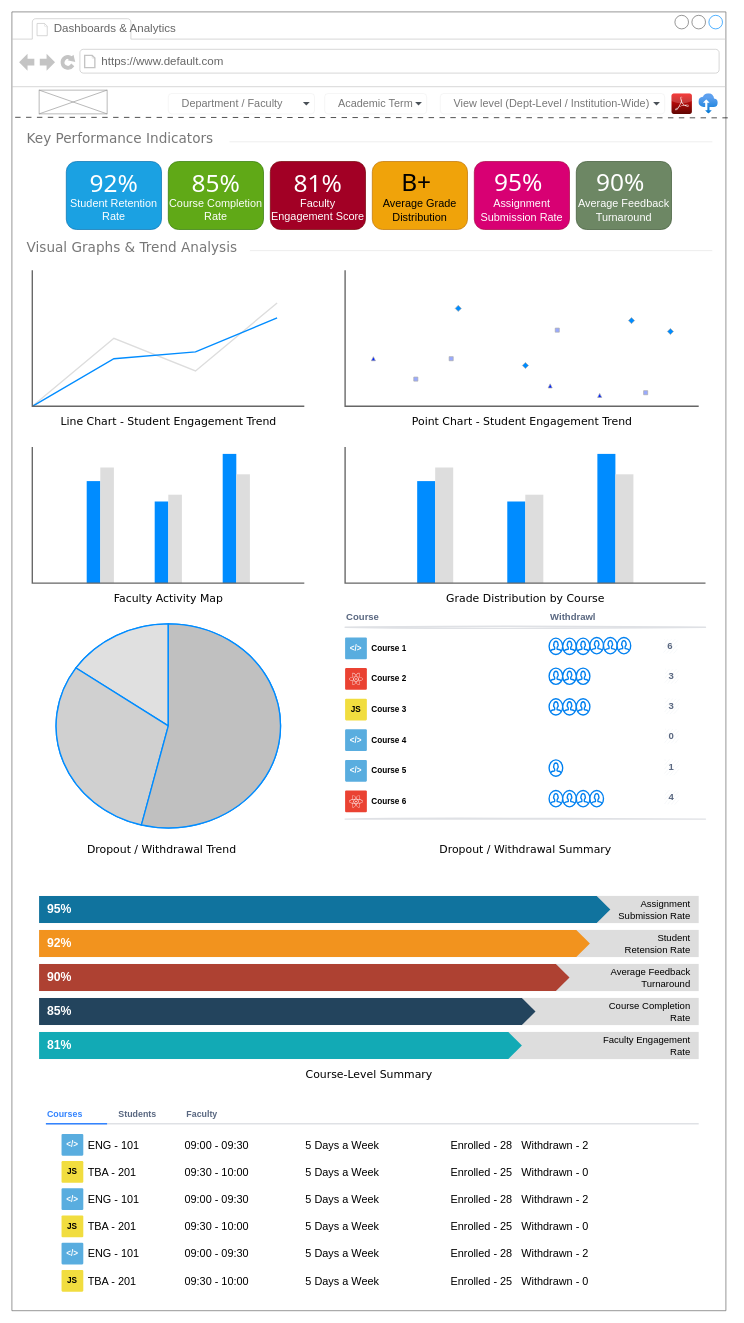
Earlier version of the draw.io diagram page "Compliance & Reporting Dashboard" (11 of 11) of 02 - LMS-SysCollege/04 - UI_Designs/WireFrame.drawio (ZohaibWaqarMalik/Technical-Business-Analyst-Projects). Source tidied: cells renumbered, new cells numbered last; positions are measured from the earlier drawing's top-left corner, leaving out a move shared by most shapes. Both pictures are drawn from the tidied source at 68%, with x=0, y=0 at pixel (12, 12).
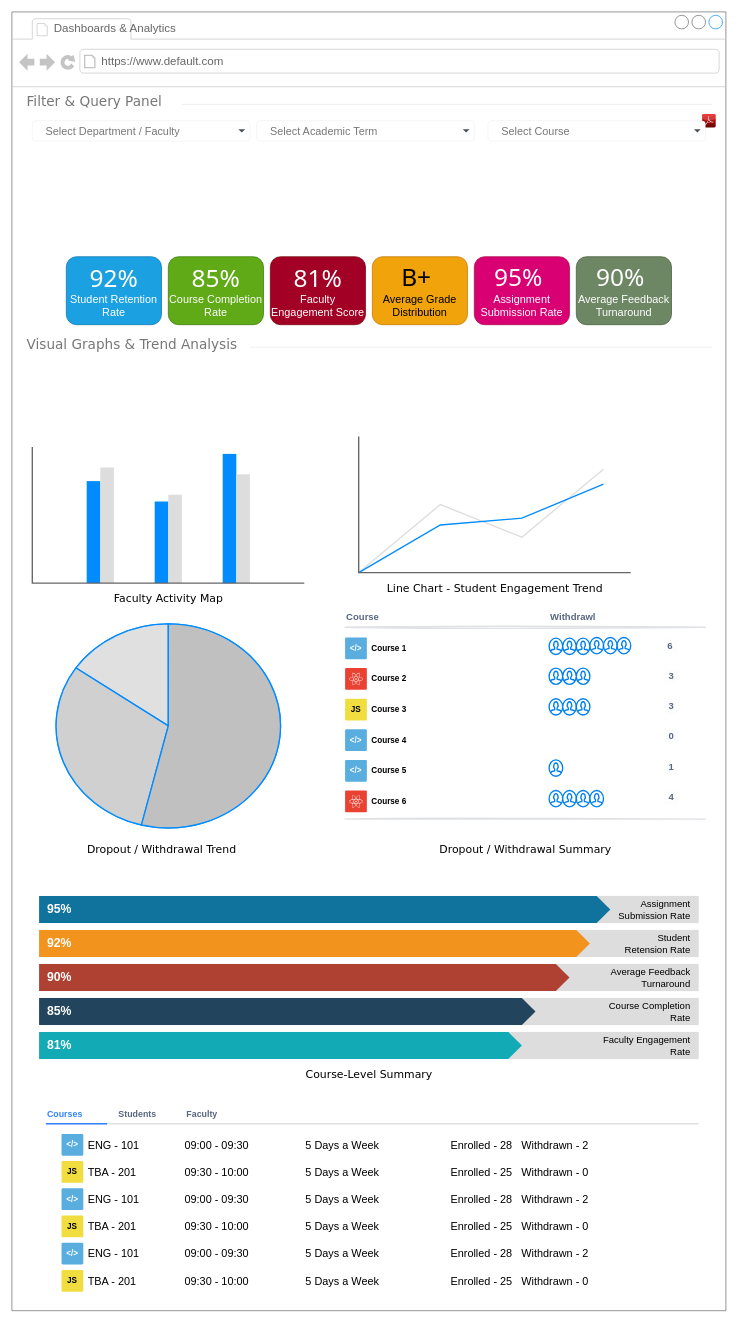
The same diagram, later.

Commit message (it also covers changes not shown here):
Update Wireframe Compliance & Reporting Dashboard

The change refers to these unchanged cells:
```xml
<mxCell id="2" style="strokeWidth=1;shadow=0;dashed=0;align=center;html=1;shape=mxgraph.mockup.containers.browserWindow;rSize=0;strokeColor=#666666;mainText=,;rounded=0;labelBackgroundColor=none;fontFamily=Verdana;fontSize=12;" parent="1" vertex="1">
  <mxGeometry width="1050" height="1910" as="geometry" />
</mxCell>
```

The edit, as a diff of the source:
```diff
@@
     <mxCell id="5" value="&lt;font face=&quot;Tahoma&quot;&gt;&lt;span style=&quot;font-size: 36px;&quot;&gt;92%&lt;/span&gt;&lt;/font&gt;&lt;br&gt;&lt;div&gt;&lt;font style=&quot;font-size: 16px;&quot;&gt;Student Retention Rate&lt;/font&gt;&lt;/div&gt;" style="rounded=1;whiteSpace=wrap;html=1;fillColor=#1ba1e2;strokeColor=#006EAF;fontColor=#ffffff;" parent="2" vertex="1">
-      <mxGeometry x="80" y="220" width="140" height="100" as="geometry" />
+      <mxGeometry x="80" y="360" width="140" height="100" as="geometry" />
     </mxCell>
     <mxCell id="6" value="&lt;font face=&quot;Tahoma&quot;&gt;&lt;span style=&quot;font-size: 36px;&quot;&gt;85%&lt;/span&gt;&lt;/font&gt;&lt;br&gt;&lt;div&gt;&lt;font style=&quot;font-size: 16px;&quot;&gt;Course Completion Rate&lt;/font&gt;&lt;/div&gt;" style="rounded=1;whiteSpace=wrap;html=1;fillColor=#60a917;strokeColor=#2D7600;fontColor=#ffffff;" parent="2" vertex="1">
-      <mxGeometry x="230" y="220" width="140" height="100" as="geometry" />
+      <mxGeometry x="230" y="360" width="140" height="100" as="geometry" />
     </mxCell>
     <mxCell id="7" value="&lt;font face=&quot;Tahoma&quot;&gt;&lt;span style=&quot;font-size: 36px;&quot;&gt;81%&lt;/span&gt;&lt;/font&gt;&lt;br&gt;&lt;div&gt;&lt;font style=&quot;font-size: 16px;&quot;&gt;Faculty Engagement Score&lt;/font&gt;&lt;/div&gt;" style="rounded=1;whiteSpace=wrap;html=1;fillColor=#a20025;strokeColor=#6F0000;fontColor=#ffffff;" parent="2" vertex="1">
-      <mxGeometry x="380" y="220" width="140" height="100" as="geometry" />
+      <mxGeometry x="380" y="360" width="140" height="100" as="geometry" />
     </mxCell>
     <mxCell id="8" value="&lt;font style=&quot;font-size: 36px;&quot;&gt;&lt;font face=&quot;Tahoma&quot;&gt;B+&lt;/font&gt;&amp;nbsp;&lt;/font&gt;&lt;div&gt;&lt;font style=&quot;font-size: 16px;&quot;&gt;Average Grade Distribution&lt;/font&gt;&lt;/div&gt;" style="rounded=1;whiteSpace=wrap;html=1;fillColor=#f0a30a;strokeColor=#BD7000;fontColor=#000000;" parent="2" vertex="1">
-      <mxGeometry x="530" y="220" width="140" height="100" as="geometry" />
+      <mxGeometry x="530" y="360" width="140" height="100" as="geometry" />
     </mxCell>
-    <mxCell id="9" value="&lt;font style=&quot;font-size: 16px;&quot;&gt;Department / Faculty&lt;/font&gt;" style="html=1;shadow=0;dashed=0;shape=mxgraph.bootstrap.rrect;rSize=5;strokeColor=#777777;strokeWidth=0;fillColor=#ffffff;fontColor=#777777;whiteSpace=wrap;align=left;verticalAlign=middle;fontStyle=0;fontSize=18;spacing=20;" parent="2" vertex="1">
-      <mxGeometry x="230" y="120" width="215" height="30" as="geometry" />
-    </mxCell>
-    <mxCell id="10" style="shape=triangle;direction=south;fillColor=#495057;strokeColor=none;perimeter=none;" parent="9" vertex="1">
-      <mxGeometry x="1" y="0.5" width="10" height="5" relative="1" as="geometry">
-        <mxPoint x="-17" y="-2.5" as="offset" />
-      </mxGeometry>
-    </mxCell>
-    <mxCell id="11" value="&lt;font style=&quot;font-size: 16px;&quot;&gt;Academic Term&lt;/font&gt;" style="html=1;shadow=0;dashed=0;shape=mxgraph.bootstrap.rrect;rSize=5;strokeColor=#777777;strokeWidth=0;fillColor=#ffffff;fontColor=#777777;whiteSpace=wrap;align=left;verticalAlign=middle;fontStyle=0;fontSize=18;spacing=20;" parent="2" vertex="1">
-      <mxGeometry x="460" y="120" width="150" height="30" as="geometry" />
-    </mxCell>
-    <mxCell id="12" style="shape=triangle;direction=south;fillColor=#495057;strokeColor=none;perimeter=none;" parent="11" vertex="1">
-      <mxGeometry x="1" y="0.5" width="10" height="5" relative="1" as="geometry">
-        <mxPoint x="-17" y="-2.5" as="offset" />
-      </mxGeometry>
-    </mxCell>
-    <mxCell id="13" value="&lt;font style=&quot;font-size: 16px;&quot;&gt;View level (Dept-Level / Institution-Wide)&lt;/font&gt;" style="html=1;shadow=0;dashed=0;shape=mxgraph.bootstrap.rrect;rSize=5;strokeColor=#777777;strokeWidth=0;fillColor=#ffffff;fontColor=#777777;whiteSpace=wrap;align=left;verticalAlign=middle;fontStyle=0;fontSize=18;spacing=20;" parent="2" vertex="1">
-      <mxGeometry x="630" y="120" width="330" height="30" as="geometry" />
-    </mxCell>
-    <mxCell id="14" style="shape=triangle;direction=south;fillColor=#495057;strokeColor=none;perimeter=none;" parent="13" vertex="1">
-      <mxGeometry x="1" y="0.5" width="10" height="5" relative="1" as="geometry">
-        <mxPoint x="-17" y="-2.5" as="offset" />
-      </mxGeometry>
-    </mxCell>
     <mxCell id="15" style="dashed=0;html=1;align=center;labelPosition=center;verticalLabelPosition=bottom;verticalAlign=top;shape=mxgraph.webicons.adobe_pdf;fillColor=#F40C0C;gradientColor=#610603;" parent="2" vertex="1">
-      <mxGeometry x="970" y="120" width="30" height="30" as="geometry" />
+      <mxGeometry x="1015" y="150" width="20" height="20" as="geometry" />
     </mxCell>
-    <mxCell id="16" style="image;html=1;align=center;fontSize=12;image=img/lib/azure2/storage/Import_Export_Jobs.svg;" parent="2" vertex="1">
-      <mxGeometry x="1010" y="120" width="28.6" height="30" as="geometry" />
-    </mxCell>
     <mxCell id="17" value="&lt;font style=&quot;font-size: 36px;&quot;&gt;&lt;font face=&quot;Tahoma&quot;&gt;95%&lt;/font&gt;&amp;nbsp;&lt;/font&gt;&lt;div&gt;&lt;font style=&quot;font-size: 16px;&quot;&gt;Assignment Submission Rate&lt;/font&gt;&lt;/div&gt;" style="rounded=1;whiteSpace=wrap;html=1;fillColor=#d80073;strokeColor=#A50040;fontColor=#ffffff;" parent="2" vertex="1">
-      <mxGeometry x="680" y="220" width="140" height="100" as="geometry" />
+      <mxGeometry x="680" y="360" width="140" height="100" as="geometry" />
     </mxCell>
     <mxCell id="18" value="&lt;font style=&quot;font-size: 36px;&quot;&gt;&lt;font face=&quot;Tahoma&quot;&gt;90%&lt;/font&gt;&amp;nbsp;&lt;/font&gt;&lt;div&gt;&lt;font style=&quot;font-size: 16px;&quot;&gt;Average Feedback Turnaround&lt;/font&gt;&lt;/div&gt;" style="rounded=1;whiteSpace=wrap;html=1;fillColor=#6d8764;strokeColor=#3A5431;fontColor=#ffffff;" parent="2" vertex="1">
-      <mxGeometry x="830" y="220" width="140" height="100" as="geometry" />
+      <mxGeometry x="830" y="360" width="140" height="100" as="geometry" />
     </mxCell>
-    <mxCell id="19" style="verticalLabelPosition=bottom;shadow=0;dashed=0;align=center;html=1;verticalAlign=top;strokeWidth=1;shape=mxgraph.mockup.graphics.simpleIcon;strokeColor=#999999;fillColor=#ffffff;rounded=0;labelBackgroundColor=none;fontFamily=Verdana;fontSize=12;fontColor=#000000;" parent="2" vertex="1">
-      <mxGeometry x="40" y="115" width="100" height="35" as="geometry" />
-    </mxCell>
-    <mxCell id="20" value="&lt;font style=&quot;font-size: 20px;&quot;&gt;Key Performance Indicators&lt;/font&gt;" style="text;html=1;align=left;verticalAlign=middle;spacingTop=-4;fontSize=30;fontFamily=Verdana;fontColor=#777777;" parent="2" vertex="1">
-      <mxGeometry x="20" y="170" width="206.5" height="30" as="geometry" />
+    <mxCell id="20" value="&lt;font style=&quot;font-size: 20px;&quot;&gt;Filter &amp;amp; Query Panel&lt;/font&gt;" style="text;html=1;align=left;verticalAlign=middle;spacingTop=-4;fontSize=30;fontFamily=Verdana;fontColor=#777777;" parent="2" vertex="1">
+      <mxGeometry x="20" y="115" width="210" height="30" as="geometry" />
     </mxCell>
     <mxCell id="21" style="dashed=0;shape=line;strokeWidth=1;noLabel=1;strokeColor=#cccccc;opacity=50;fontSize=14;" parent="2" vertex="1">
-      <mxGeometry x="320" y="186" width="710" height="10" as="geometry" />
+      <mxGeometry x="250" y="131" width="780" height="10" as="geometry" />
     </mxCell>
     <mxCell id="22" value="&lt;font style=&quot;font-size: 20px;&quot;&gt;Visual Graphs &amp;amp; Trend Analysis&lt;/font&gt;" style="text;html=1;align=left;verticalAlign=middle;spacingTop=-4;fontSize=30;fontFamily=Verdana;fontColor=#777777;" parent="2" vertex="1">
-      <mxGeometry x="20" y="330" width="206.5" height="30" as="geometry" />
+      <mxGeometry x="20" y="472" width="206.5" height="30" as="geometry" />
     </mxCell>
     <mxCell id="23" style="dashed=0;shape=line;strokeWidth=1;noLabel=1;strokeColor=#cccccc;opacity=50;fontSize=14;" parent="2" vertex="1">
-      <mxGeometry x="350" y="346" width="680" height="10" as="geometry" />
+      <mxGeometry x="350" y="488" width="680" height="10" as="geometry" />
     </mxCell>
     <mxCell id="24" style="verticalLabelPosition=bottom;shadow=0;dashed=0;align=center;html=1;verticalAlign=top;strokeWidth=1;shape=mxgraph.mockup.graphics.lineChart;strokeColor=none;strokeColor2=#666666;strokeColor3=#008cff;strokeColor4=#dddddd;" parent="2" vertex="1">
-      <mxGeometry x="30" y="380" width="400" height="200" as="geometry" />
+      <mxGeometry x="510" y="624.5" width="400" height="200" as="geometry" />
     </mxCell>
-    <mxCell id="25" style="verticalLabelPosition=bottom;shadow=0;dashed=0;align=center;html=1;verticalAlign=top;strokeWidth=1;shape=mxgraph.mockup.graphics.plotChart;strokeColor=none;strokeColor2=#aaaaaa;strokeColor3=#666666;fillColor2=#99aaff,#0022ff,#008cff;" parent="2" vertex="1">
-      <mxGeometry x="490" y="380" width="520" height="200" as="geometry" />
-    </mxCell>
     <mxCell id="26" value="&lt;div style=&quot;font-size: 16px;&quot;&gt;&lt;span style=&quot;background-color: transparent; color: light-dark(rgb(0, 0, 0), rgb(255, 255, 255));&quot;&gt;Line Chart - Student Engagement Trend&lt;/span&gt;&lt;/div&gt;" style="text;html=1;align=center;verticalAlign=top;spacingTop=-4;fontSize=26;fontFamily=Verdana;" parent="2" vertex="1">
-      <mxGeometry x="30" y="590" width="400" height="21" as="geometry" />
+      <mxGeometry x="510" y="834.5" width="400" height="21" as="geometry" />
     </mxCell>
-    <mxCell id="27" value="&lt;div style=&quot;font-size: 16px;&quot;&gt;&lt;span style=&quot;background-color: transparent; color: light-dark(rgb(0, 0, 0), rgb(255, 255, 255));&quot;&gt;Point Chart - Student Engagement Trend&lt;/span&gt;&lt;/div&gt;" style="text;html=1;align=center;verticalAlign=top;spacingTop=-4;fontSize=26;fontFamily=Verdana;" parent="2" vertex="1">
-      <mxGeometry x="490" y="590" width="520" height="21" as="geometry" />
-    </mxCell>
@@
-    <mxCell id="30" style="verticalLabelPosition=bottom;shadow=0;dashed=0;align=center;html=1;verticalAlign=top;strokeWidth=1;shape=mxgraph.mockup.graphics.columnChart;strokeColor=none;strokeColor2=none;strokeColor3=#666666;fillColor2=#008cff;fillColor3=#dddddd;" parent="2" vertex="1">
-      <mxGeometry x="490" y="640" width="530" height="200" as="geometry" />
-    </mxCell>
-    <mxCell id="31" value="&lt;div style=&quot;font-size: 16px;&quot;&gt;Grade Distribution by Course&lt;/div&gt;" style="text;html=1;align=center;verticalAlign=top;spacingTop=-4;fontSize=26;fontFamily=Verdana;" parent="2" vertex="1">
-      <mxGeometry x="490" y="850" width="530" height="21" as="geometry" />
-    </mxCell>
@@
-    <mxCell id="109" style="endArrow=none;html=1;rounded=0;exitX=-0.003;exitY=0.189;exitDx=0;exitDy=0;exitPerimeter=0;entryX=1;entryY=0.19;entryDx=0;entryDy=0;entryPerimeter=0;fontColor=#777777;strokeWidth=1;dashed=1;dashPattern=8 8;" parent="1" edge="1">
-      <mxGeometry relative="1" as="geometry">
-        <mxPoint x="4.8" y="155" as="sourcePoint" />
-        <mxPoint x="1058" y="155.8" as="targetPoint" />
-      </mxGeometry>
-    </mxCell>
+    <mxCell id="110" value="&lt;font style=&quot;font-size: 16px;&quot;&gt;Select Department / Faculty&lt;/font&gt;" style="html=1;shadow=0;dashed=0;shape=mxgraph.bootstrap.rrect;rSize=5;strokeColor=#777777;strokeWidth=0;fillColor=#ffffff;fontColor=#777777;whiteSpace=wrap;align=left;verticalAlign=middle;fontStyle=0;fontSize=18;spacing=20;" parent="2" vertex="1">
+      <mxGeometry x="30" y="160" width="320" height="30" as="geometry" />
+    </mxCell>
+    <mxCell id="111" style="shape=triangle;direction=south;fillColor=#495057;strokeColor=none;perimeter=none;" parent="110" vertex="1">
+      <mxGeometry x="1" y="0.5" width="10" height="5" relative="1" as="geometry">
+        <mxPoint x="-17" y="-2.5" as="offset" />
+      </mxGeometry>
+    </mxCell>
+    <mxCell id="112" value="&lt;font style=&quot;font-size: 16px;&quot;&gt;Select Academic Term&lt;/font&gt;" style="html=1;shadow=0;dashed=0;shape=mxgraph.bootstrap.rrect;rSize=5;strokeColor=#777777;strokeWidth=0;fillColor=#ffffff;fontColor=#777777;whiteSpace=wrap;align=left;verticalAlign=middle;fontStyle=0;fontSize=18;spacing=20;" parent="2" vertex="1">
+      <mxGeometry x="360" y="160" width="320" height="30" as="geometry" />
+    </mxCell>
+    <mxCell id="113" style="shape=triangle;direction=south;fillColor=#495057;strokeColor=none;perimeter=none;" parent="112" vertex="1">
+      <mxGeometry x="1" y="0.5" width="10" height="5" relative="1" as="geometry">
+        <mxPoint x="-17" y="-2.5" as="offset" />
+      </mxGeometry>
+    </mxCell>
+    <mxCell id="114" value="&lt;font style=&quot;font-size: 16px;&quot;&gt;Select Course&lt;/font&gt;" style="html=1;shadow=0;dashed=0;shape=mxgraph.bootstrap.rrect;rSize=5;strokeColor=#777777;strokeWidth=0;fillColor=#ffffff;fontColor=#777777;whiteSpace=wrap;align=left;verticalAlign=middle;fontStyle=0;fontSize=18;spacing=20;" parent="2" vertex="1">
+      <mxGeometry x="700" y="160" width="320" height="30" as="geometry" />
+    </mxCell>
+    <mxCell id="115" style="shape=triangle;direction=south;fillColor=#495057;strokeColor=none;perimeter=none;" parent="114" vertex="1">
+      <mxGeometry x="1" y="0.5" width="10" height="5" relative="1" as="geometry">
+        <mxPoint x="-17" y="-2.5" as="offset" />
+      </mxGeometry>
+    </mxCell>
```
